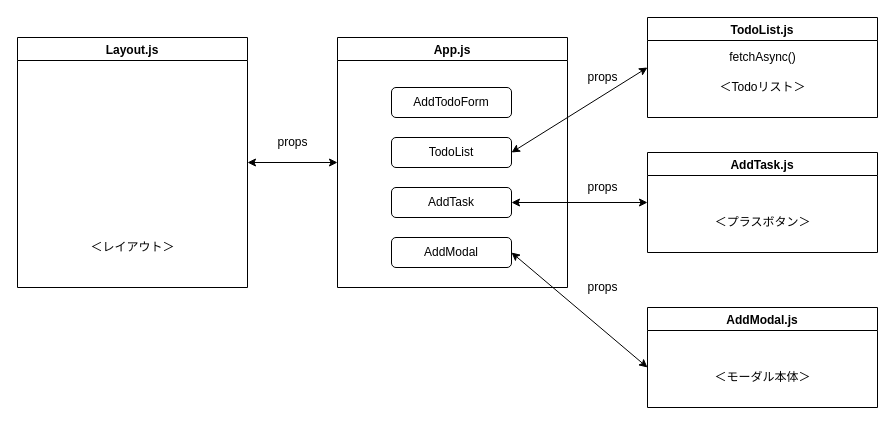
The draw.io diagram Untitled Diagram.drawio in Seiju-m/tasukan, before the edit. Source tidied: cells renumbered, new cells numbered last; positions are measured from the earlier drawing's top-left corner, leaving out a move shared by most shapes. Both pictures are drawn from the tidied source at 100%, with x=0, y=0 at pixel (17, 17).
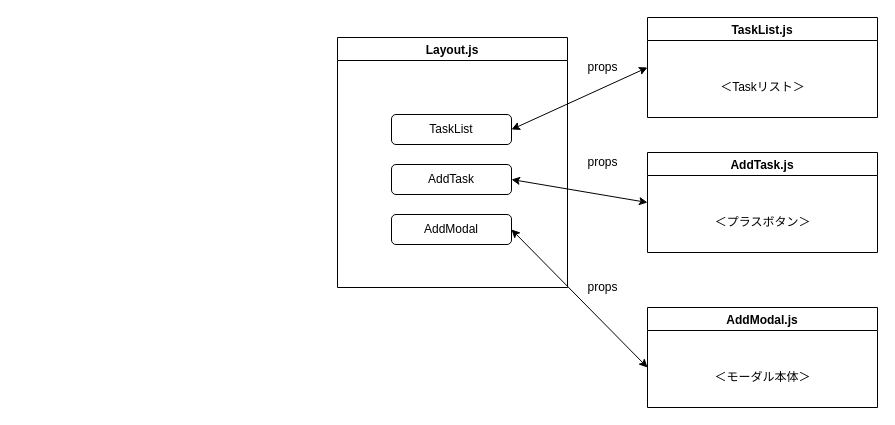
Above is the later version.

Change to the diagram source:
```diff
@@
-    <mxCell id="2" value="App.js" style="swimlane;" parent="1" vertex="1">
+    <mxCell id="2" value="Layout.js" style="swimlane;" parent="1" vertex="1">
       <mxGeometry x="320" y="20" width="230" height="250" as="geometry" />
     </mxCell>
-    <mxCell id="3" value="AddTodoForm" style="rounded=1;whiteSpace=wrap;html=1;" parent="2" vertex="1">
-      <mxGeometry x="54" y="50" width="120" height="30" as="geometry" />
-    </mxCell>
-    <mxCell id="4" value="TodoList" style="rounded=1;whiteSpace=wrap;html=1;" parent="2" vertex="1">
-      <mxGeometry x="54" y="100" width="120" height="30" as="geometry" />
+    <mxCell id="4" value="TaskList" style="rounded=1;whiteSpace=wrap;html=1;" parent="2" vertex="1">
+      <mxGeometry x="54" y="77" width="120" height="30" as="geometry" />
     </mxCell>
     <mxCell id="5" value="AddTask" style="rounded=1;whiteSpace=wrap;html=1;" parent="2" vertex="1">
-      <mxGeometry x="54" y="150" width="120" height="30" as="geometry" />
+      <mxGeometry x="54" y="127" width="120" height="30" as="geometry" />
     </mxCell>
     <mxCell id="6" value="AddModal" style="rounded=1;whiteSpace=wrap;html=1;" parent="2" vertex="1">
-      <mxGeometry x="54" y="200" width="120" height="30" as="geometry" />
+      <mxGeometry x="54" y="177" width="120" height="30" as="geometry" />
     </mxCell>
-    <mxCell id="7" value="TodoList.js" style="swimlane;startSize=23;" parent="1" vertex="1">
+    <mxCell id="7" value="TaskList.js" style="swimlane;startSize=23;" parent="1" vertex="1">
       <mxGeometry x="630" width="230" height="100" as="geometry" />
     </mxCell>
-    <mxCell id="8" value="＜Todoリスト＞" style="text;html=1;align=center;verticalAlign=middle;strokeColor=none;fillColor=none;" parent="7" vertex="1">
+    <mxCell id="8" value="＜Taskリスト＞" style="text;html=1;align=center;verticalAlign=middle;strokeColor=none;fillColor=none;" parent="7" vertex="1">
       <mxGeometry x="65" y="60" width="100" height="20" as="geometry" />
     </mxCell>
-    <mxCell id="9" value="fetchAsync()" style="text;html=1;align=center;verticalAlign=middle;strokeColor=none;fillColor=none;" parent="7" vertex="1">
-      <mxGeometry x="75" y="30" width="80" height="20" as="geometry" />
-    </mxCell>
@@
     <mxCell id="14" value="props" style="text;html=1;align=center;verticalAlign=middle;strokeColor=none;fillColor=none;" parent="1" vertex="1">
-      <mxGeometry x="560" y="50" width="50" height="20" as="geometry" />
+      <mxGeometry x="560" y="40" width="50" height="20" as="geometry" />
     </mxCell>
     <mxCell id="15" value="props" style="text;html=1;align=center;verticalAlign=middle;strokeColor=none;fillColor=none;" parent="1" vertex="1">
-      <mxGeometry x="560" y="160" width="50" height="20" as="geometry" />
+      <mxGeometry x="560" y="135" width="50" height="20" as="geometry" />
     </mxCell>
@@
-    <mxCell id="19" value="Layout.js" style="swimlane;" parent="1" vertex="1">
-      <mxGeometry y="20" width="230" height="250" as="geometry" />
-    </mxCell>
@@
-    <mxCell id="21" style="endArrow=classic;startArrow=classic;html=1;" parent="1" edge="1">
-      <mxGeometry relative="1" as="geometry">
-        <mxPoint x="230" y="145" as="sourcePoint" />
-        <mxPoint x="320" y="145" as="targetPoint" />
-      </mxGeometry>
-    </mxCell>
-    <mxCell id="22" value="props" style="text;html=1;align=center;verticalAlign=middle;strokeColor=none;fillColor=none;" parent="1" vertex="1">
-      <mxGeometry x="250" y="115" width="50" height="20" as="geometry" />
-    </mxCell>
-    <mxCell id="23" value="＜レイアウト＞" style="text;html=1;align=center;verticalAlign=middle;strokeColor=none;fillColor=none;" parent="1" vertex="1">
-      <mxGeometry x="65" y="220" width="100" height="20" as="geometry" />
-    </mxCell>
```
